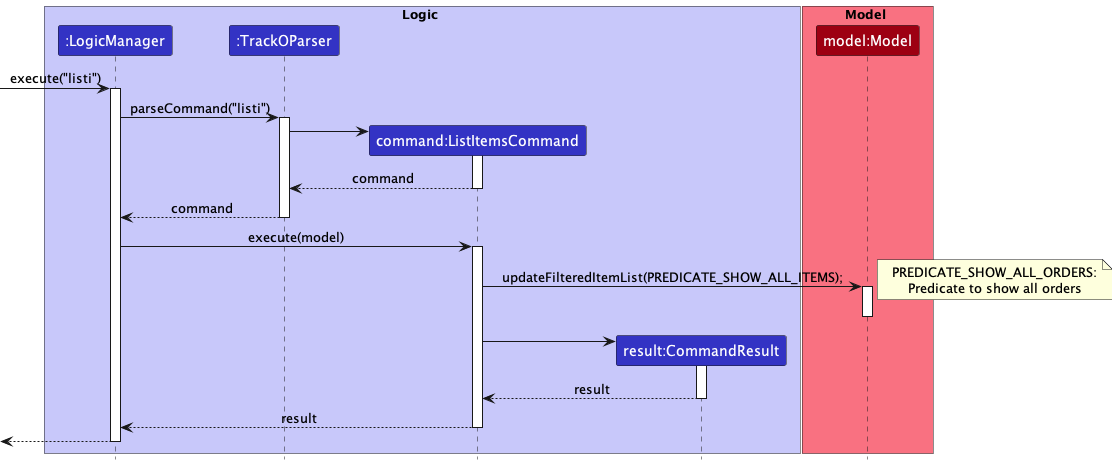
Earlier version of the PlantUML export docs/images/ListItemsSequenceDiagram.png (nus-cs2103-AY2223S1/tp).
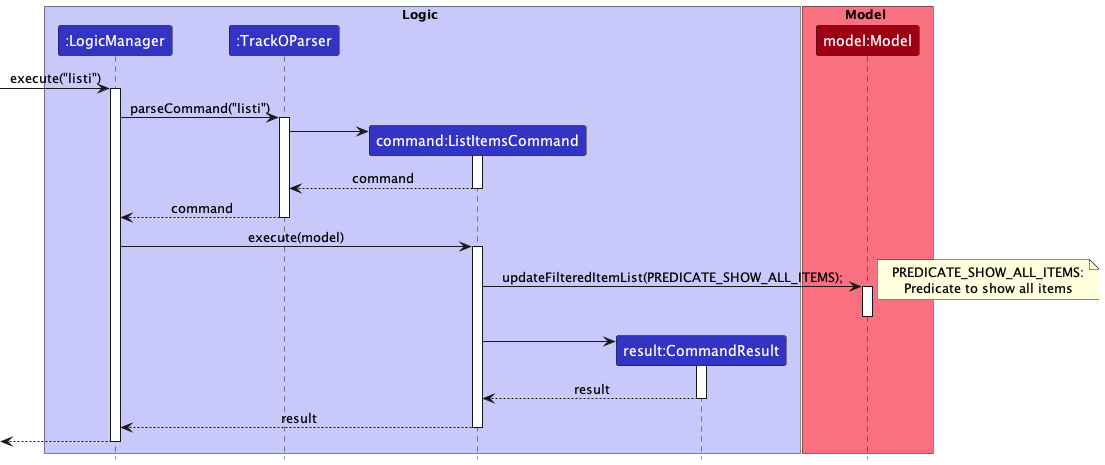
Above is the later version.

What changed in the source:
```diff
@@ -37,8 +37,8 @@
 deactivate Model
 
 note right
-PREDICATE_SHOW_ALL_ORDERS:
-Predicate to show all orders
+PREDICATE_SHOW_ALL_ITEMS:
+Predicate to show all items
 end note
 
 create CommandResult
```
